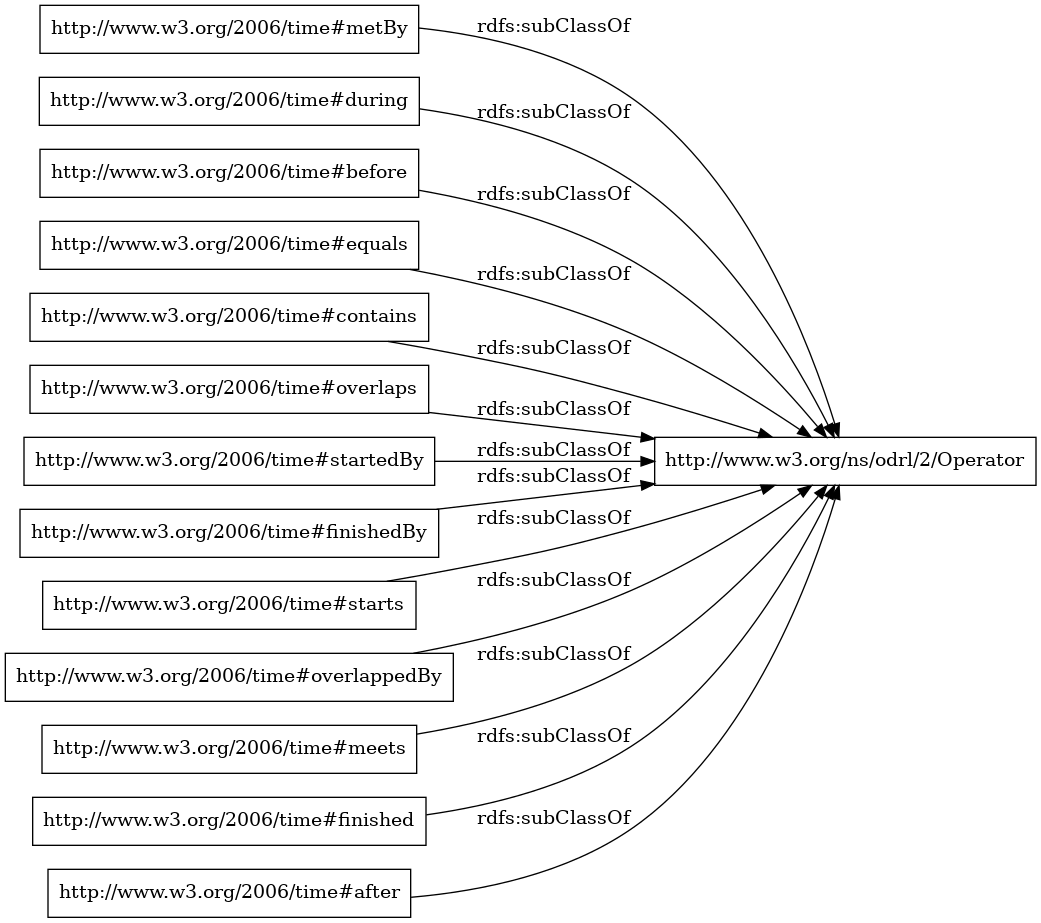
Before: OnToology/Ontology/ontology.ttl/diagrams/ar2dtool-taxonomy/ontology.ttl.png, a diagram exported from Graphviz (jucanbe/odre-time-extension). Its source is kept beside it as OnToology/Ontology/ontology.ttl/diagrams/ar2dtool-taxonomy/ontology.ttl.png.dot. Source of this version:
```dot
digraph ar2dtool_diagram {
rankdir=LR;
size="1000"
node [shape = rectangle, color="black"]; "http://www.w3.org/2006/time#metBy" "http://www.w3.org/2006/time#during" "http://www.w3.org/2006/time#before" "http://www.w3.org/2006/time#equals" "http://www.w3.org/2006/time#contains" "http://www.w3.org/2006/time#overlaps" "http://www.w3.org/2006/time#startedBy" "http://www.w3.org/2006/time#finishedBy" "http://www.w3.org/ns/odrl/2/Operator" "http://www.w3.org/2006/time#starts" "http://www.w3.org/2006/time#overlappedBy" "http://www.w3.org/2006/time#meets" "http://www.w3.org/2006/time#finished" "http://www.w3.org/2006/time#after" ; /*classes style*/
	"http://www.w3.org/2006/time#equals" -> "http://www.w3.org/ns/odrl/2/Operator" [ label = "rdfs:subClassOf" ];
	"http://www.w3.org/2006/time#metBy" -> "http://www.w3.org/ns/odrl/2/Operator" [ label = "rdfs:subClassOf" ];
	"http://www.w3.org/2006/time#meets" -> "http://www.w3.org/ns/odrl/2/Operator" [ label = "rdfs:subClassOf" ];
	"http://www.w3.org/2006/time#during" -> "http://www.w3.org/ns/odrl/2/Operator" [ label = "rdfs:subClassOf" ];
	"http://www.w3.org/2006/time#finished" -> "http://www.w3.org/ns/odrl/2/Operator" [ label = "rdfs:subClassOf" ];
	"http://www.w3.org/2006/time#before" -> "http://www.w3.org/ns/odrl/2/Operator" [ label = "rdfs:subClassOf" ];
	"http://www.w3.org/2006/time#after" -> "http://www.w3.org/ns/odrl/2/Operator" [ label = "rdfs:subClassOf" ];
	"http://www.w3.org/2006/time#overlaps" -> "http://www.w3.org/ns/odrl/2/Operator" [ label = "rdfs:subClassOf" ];
	"http://www.w3.org/2006/time#starts" -> "http://www.w3.org/ns/odrl/2/Operator" [ label = "rdfs:subClassOf" ];
	"http://www.w3.org/2006/time#contains" -> "http://www.w3.org/ns/odrl/2/Operator" [ label = "rdfs:subClassOf" ];
	"http://www.w3.org/2006/time#overlappedBy" -> "http://www.w3.org/ns/odrl/2/Operator" [ label = "rdfs:subClassOf" ];
	"http://www.w3.org/2006/time#startedBy" -> "http://www.w3.org/ns/odrl/2/Operator" [ label = "rdfs:subClassOf" ];
	"http://www.w3.org/2006/time#finishedBy" -> "http://www.w3.org/ns/odrl/2/Operator" [ label = "rdfs:subClassOf" ];

}
```
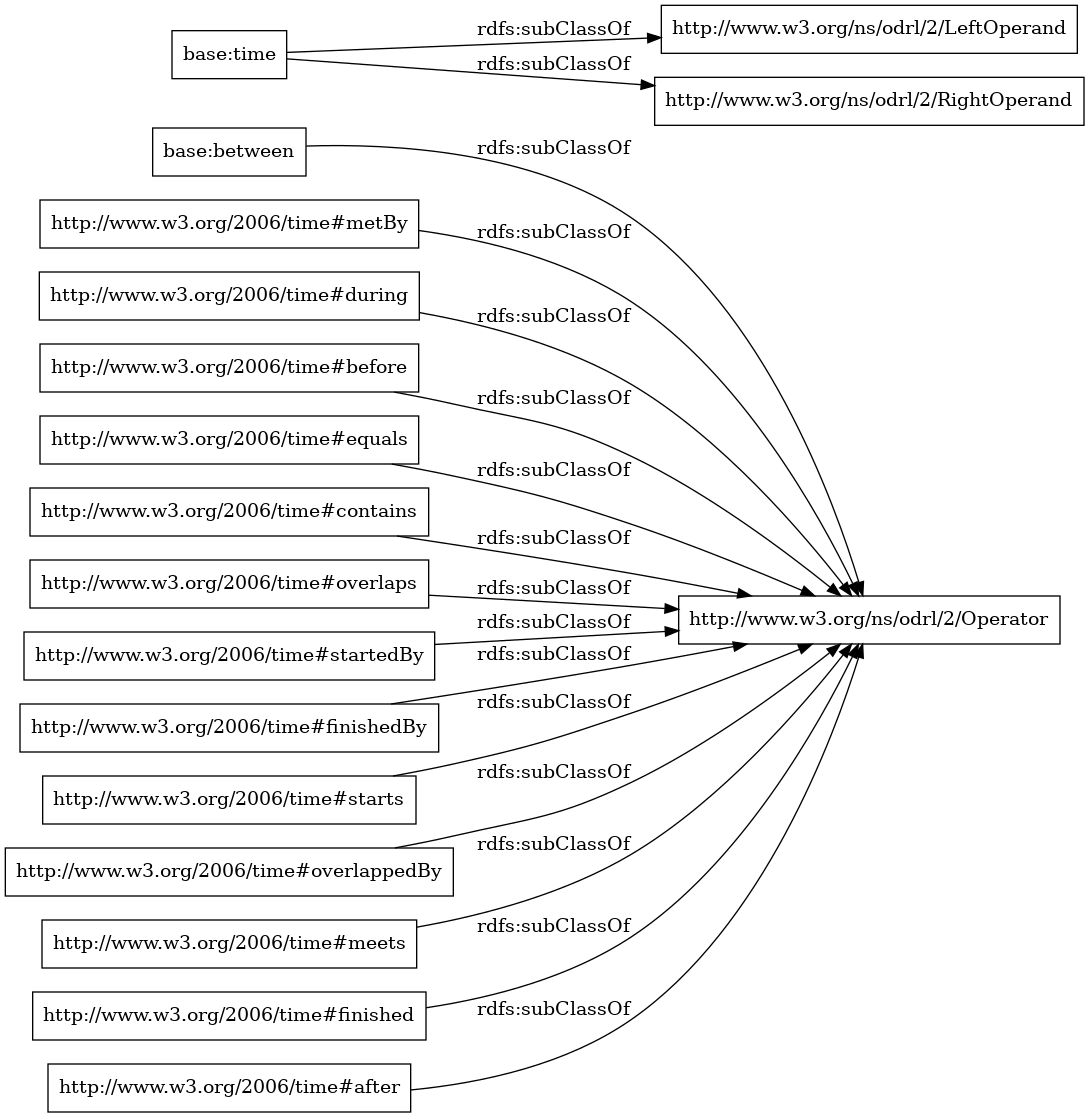
Above is the later version.

The edit, as a diff of the source:
```diff
@@ -1,19 +1,22 @@
 digraph ar2dtool_diagram {
 rankdir=LR;
 size="1000"
-node [shape = rectangle, color="black"]; "http://www.w3.org/2006/time#metBy" "http://www.w3.org/2006/time#during" "http://www.w3.org/2006/time#before" "http://www.w3.org/2006/time#equals" "http://www.w3.org/2006/time#contains" "http://www.w3.org/2006/time#overlaps" "http://www.w3.org/2006/time#startedBy" "http://www.w3.org/2006/time#finishedBy" "http://www.w3.org/ns/odrl/2/Operator" "http://www.w3.org/2006/time#starts" "http://www.w3.org/2006/time#overlappedBy" "http://www.w3.org/2006/time#meets" "http://www.w3.org/2006/time#finished" "http://www.w3.org/2006/time#after" ; /*classes style*/
-	"http://www.w3.org/2006/time#equals" -> "http://www.w3.org/ns/odrl/2/Operator" [ label = "rdfs:subClassOf" ];
+node [shape = rectangle, color="black"]; "base:between" "base:time" "http://www.w3.org/2006/time#metBy" "http://www.w3.org/2006/time#during" "http://www.w3.org/2006/time#before" "http://www.w3.org/ns/odrl/2/LeftOperand" "http://www.w3.org/2006/time#equals" "http://www.w3.org/2006/time#contains" "http://www.w3.org/2006/time#overlaps" "http://www.w3.org/ns/odrl/2/RightOperand" "http://www.w3.org/2006/time#startedBy" "http://www.w3.org/2006/time#finishedBy" "http://www.w3.org/ns/odrl/2/Operator" "http://www.w3.org/2006/time#starts" "http://www.w3.org/2006/time#overlappedBy" "http://www.w3.org/2006/time#meets" "http://www.w3.org/2006/time#finished" "http://www.w3.org/2006/time#after" ; /*classes style*/
+	"http://www.w3.org/2006/time#finishedBy" -> "http://www.w3.org/ns/odrl/2/Operator" [ label = "rdfs:subClassOf" ];
 	"http://www.w3.org/2006/time#metBy" -> "http://www.w3.org/ns/odrl/2/Operator" [ label = "rdfs:subClassOf" ];
 	"http://www.w3.org/2006/time#meets" -> "http://www.w3.org/ns/odrl/2/Operator" [ label = "rdfs:subClassOf" ];
 	"http://www.w3.org/2006/time#during" -> "http://www.w3.org/ns/odrl/2/Operator" [ label = "rdfs:subClassOf" ];
+	"base:time" -> "http://www.w3.org/ns/odrl/2/RightOperand" [ label = "rdfs:subClassOf" ];
+	"base:time" -> "http://www.w3.org/ns/odrl/2/LeftOperand" [ label = "rdfs:subClassOf" ];
 	"http://www.w3.org/2006/time#finished" -> "http://www.w3.org/ns/odrl/2/Operator" [ label = "rdfs:subClassOf" ];
 	"http://www.w3.org/2006/time#before" -> "http://www.w3.org/ns/odrl/2/Operator" [ label = "rdfs:subClassOf" ];
 	"http://www.w3.org/2006/time#after" -> "http://www.w3.org/ns/odrl/2/Operator" [ label = "rdfs:subClassOf" ];
+	"base:between" -> "http://www.w3.org/ns/odrl/2/Operator" [ label = "rdfs:subClassOf" ];
 	"http://www.w3.org/2006/time#overlaps" -> "http://www.w3.org/ns/odrl/2/Operator" [ label = "rdfs:subClassOf" ];
 	"http://www.w3.org/2006/time#starts" -> "http://www.w3.org/ns/odrl/2/Operator" [ label = "rdfs:subClassOf" ];
 	"http://www.w3.org/2006/time#contains" -> "http://www.w3.org/ns/odrl/2/Operator" [ label = "rdfs:subClassOf" ];
 	"http://www.w3.org/2006/time#overlappedBy" -> "http://www.w3.org/ns/odrl/2/Operator" [ label = "rdfs:subClassOf" ];
 	"http://www.w3.org/2006/time#startedBy" -> "http://www.w3.org/ns/odrl/2/Operator" [ label = "rdfs:subClassOf" ];
-	"http://www.w3.org/2006/time#finishedBy" -> "http://www.w3.org/ns/odrl/2/Operator" [ label = "rdfs:subClassOf" ];
+	"http://www.w3.org/2006/time#equals" -> "http://www.w3.org/ns/odrl/2/Operator" [ label = "rdfs:subClassOf" ];
 
 }
```
